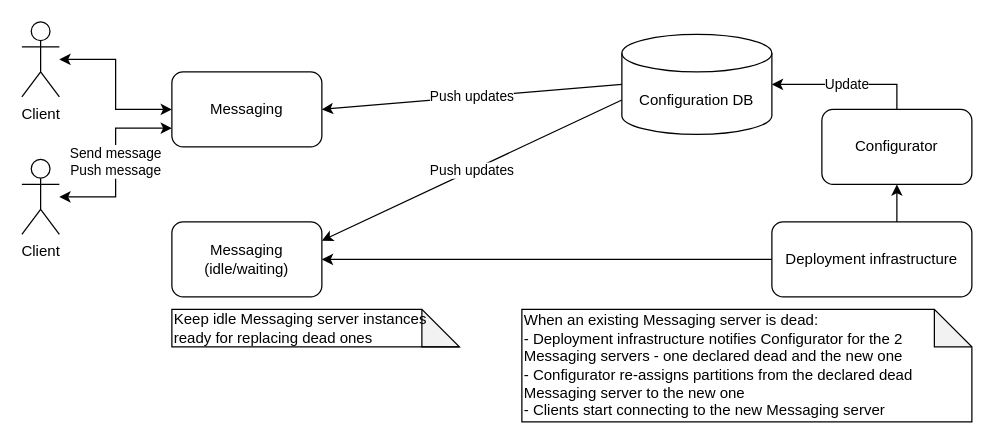
Before: docs/diagrams/cecochat-06-failover.drawio in cvetomir-todorov/CecoChat, a draw.io diagram. Source tidied: cells renumbered, new cells numbered last; positions are measured from the earlier drawing's top-left corner, leaving out a move shared by most shapes. Both pictures are drawn from the tidied source at 125%, with x=0, y=0 at pixel (21, 21).
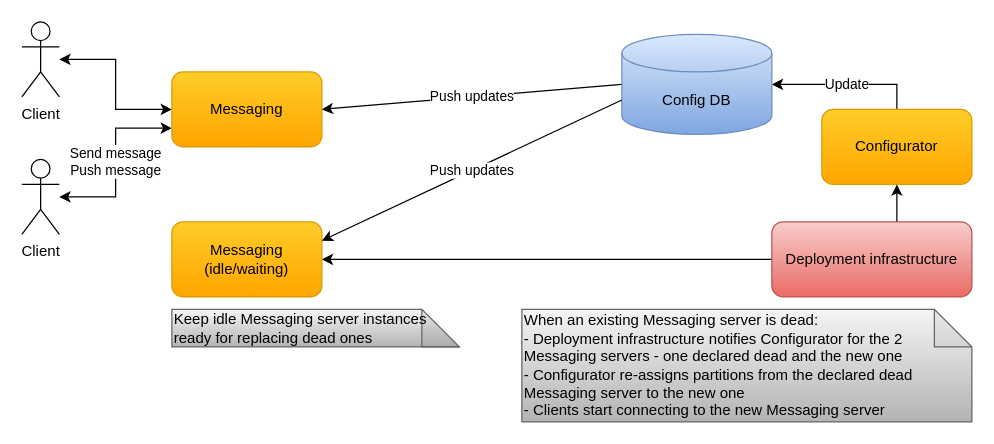
The same page after the edit.

The edit, as a diff of the source:
```diff
@@
-    <mxCell id="6" value="&lt;font style=&quot;font-size: 12px&quot;&gt;Messaging&lt;/font&gt;" style="rounded=1;whiteSpace=wrap;html=1;" parent="1" vertex="1">
+    <mxCell id="6" value="&lt;font style=&quot;font-size: 12px&quot;&gt;Messaging&lt;/font&gt;" style="rounded=1;whiteSpace=wrap;html=1;gradientColor=#ffa500;fillColor=#ffcd28;strokeColor=#d79b00;" parent="1" vertex="1">
       <mxGeometry x="120" y="40" width="120" height="60" as="geometry" />
     </mxCell>
@@
-    <mxCell id="8" value="Configurator" style="rounded=1;whiteSpace=wrap;html=1;" parent="1" vertex="1">
+    <mxCell id="8" value="Configurator" style="rounded=1;whiteSpace=wrap;html=1;gradientColor=#ffa500;fillColor=#ffcd28;strokeColor=#d79b00;" parent="1" vertex="1">
       <mxGeometry x="640" y="70" width="120" height="60" as="geometry" />
     </mxCell>
@@
-    <mxCell id="10" value="Configuration DB" style="shape=cylinder3;whiteSpace=wrap;html=1;boundedLbl=1;backgroundOutline=1;size=15;" parent="1" vertex="1">
+    <mxCell id="10" value="Config DB" style="shape=cylinder3;whiteSpace=wrap;html=1;boundedLbl=1;backgroundOutline=1;size=15;gradientColor=#7ea6e0;fillColor=#dae8fc;strokeColor=#6c8ebf;" parent="1" vertex="1">
       <mxGeometry x="480" y="10" width="120" height="80" as="geometry" />
     </mxCell>
@@
-    <mxCell id="13" value="Deployment infrastructure" style="rounded=1;whiteSpace=wrap;html=1;" parent="1" vertex="1">
+    <mxCell id="13" value="Deployment infrastructure" style="rounded=1;whiteSpace=wrap;html=1;gradientColor=#ea6b66;fillColor=#f8cecc;strokeColor=#b85450;" parent="1" vertex="1">
       <mxGeometry x="600" y="160" width="160" height="60" as="geometry" />
     </mxCell>
-    <mxCell id="14" value="Messaging&lt;br&gt;(idle/waiting)" style="rounded=1;whiteSpace=wrap;html=1;" parent="1" vertex="1">
+    <mxCell id="14" value="Messaging&lt;br&gt;(idle/waiting)" style="rounded=1;whiteSpace=wrap;html=1;gradientColor=#ffa500;fillColor=#ffcd28;strokeColor=#d79b00;" parent="1" vertex="1">
       <mxGeometry x="120" y="160" width="120" height="60" as="geometry" />
     </mxCell>
-    <mxCell id="15" value="&lt;div&gt;Keep idle Messaging server instances ready for replacing dead ones&lt;/div&gt;" style="shape=note;whiteSpace=wrap;html=1;backgroundOutline=1;darkOpacity=0.05;align=left;" parent="1" vertex="1">
+    <mxCell id="15" value="&lt;div&gt;Keep idle Messaging server instances ready for replacing dead ones&lt;/div&gt;" style="shape=note;whiteSpace=wrap;html=1;backgroundOutline=1;darkOpacity=0.05;align=left;gradientColor=#b3b3b3;fillColor=#f5f5f5;strokeColor=#666666;" parent="1" vertex="1">
       <mxGeometry x="120" y="230" width="230" height="30" as="geometry" />
     </mxCell>
-    <mxCell id="16" value="&lt;div&gt;&lt;span&gt;When an existing Messaging server is dead:&lt;/span&gt;&lt;/div&gt;&lt;div&gt;&lt;span&gt;- Deployment infrastructure notifies Configurator for the 2 Messaging servers - one declared dead and the new one&lt;/span&gt;&lt;/div&gt;&lt;div&gt;&lt;span&gt;- Configurator re-assigns partitions from the declared dead Messaging server to the new one&lt;/span&gt;&lt;/div&gt;&lt;div&gt;&lt;span&gt;- Clients start connecting to the new Messaging server&lt;/span&gt;&lt;/div&gt;" style="shape=note;whiteSpace=wrap;html=1;backgroundOutline=1;darkOpacity=0.05;align=left;" parent="1" vertex="1">
+    <mxCell id="16" value="&lt;div&gt;&lt;span&gt;When an existing Messaging server is dead:&lt;/span&gt;&lt;/div&gt;&lt;div&gt;&lt;span&gt;- Deployment infrastructure notifies Configurator for the 2 Messaging servers - one declared dead and the new one&lt;/span&gt;&lt;/div&gt;&lt;div&gt;&lt;span&gt;- Configurator re-assigns partitions from the declared dead Messaging server to the new one&lt;/span&gt;&lt;/div&gt;&lt;div&gt;&lt;span&gt;- Clients start connecting to the new Messaging server&lt;/span&gt;&lt;/div&gt;" style="shape=note;whiteSpace=wrap;html=1;backgroundOutline=1;darkOpacity=0.05;align=left;gradientColor=#b3b3b3;fillColor=#f5f5f5;strokeColor=#666666;" parent="1" vertex="1">
       <mxGeometry x="400" y="230" width="360" height="90" as="geometry" />
     </mxCell>
```
